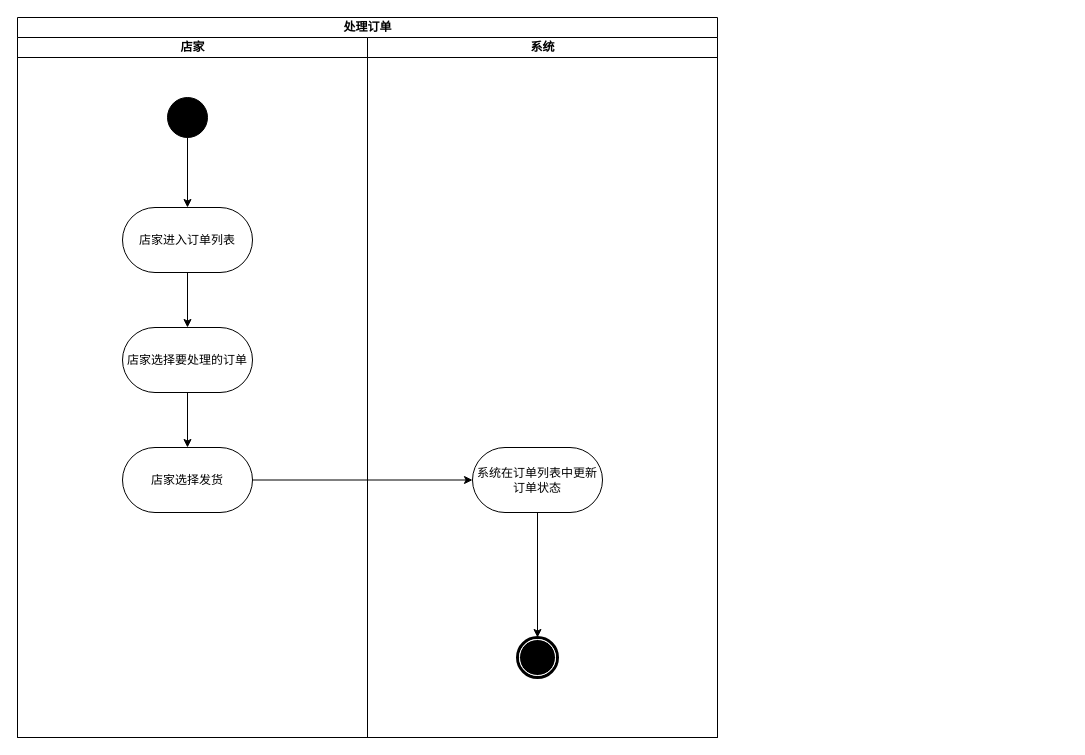
Earlier version of the draw.io diagram page "功能建模" (1 of 2) of 文档/需求分析规约文档/三种建模/12处理订单用例建模.drawio (w1ntercube/TJ-SE-Design). Source tidied: cells renumbered, new cells numbered last; positions are measured from the earlier drawing's top-left corner, leaving out a move shared by most shapes. Both pictures are drawn from the tidied source at 100%, with x=0, y=0 at pixel (17, 17).
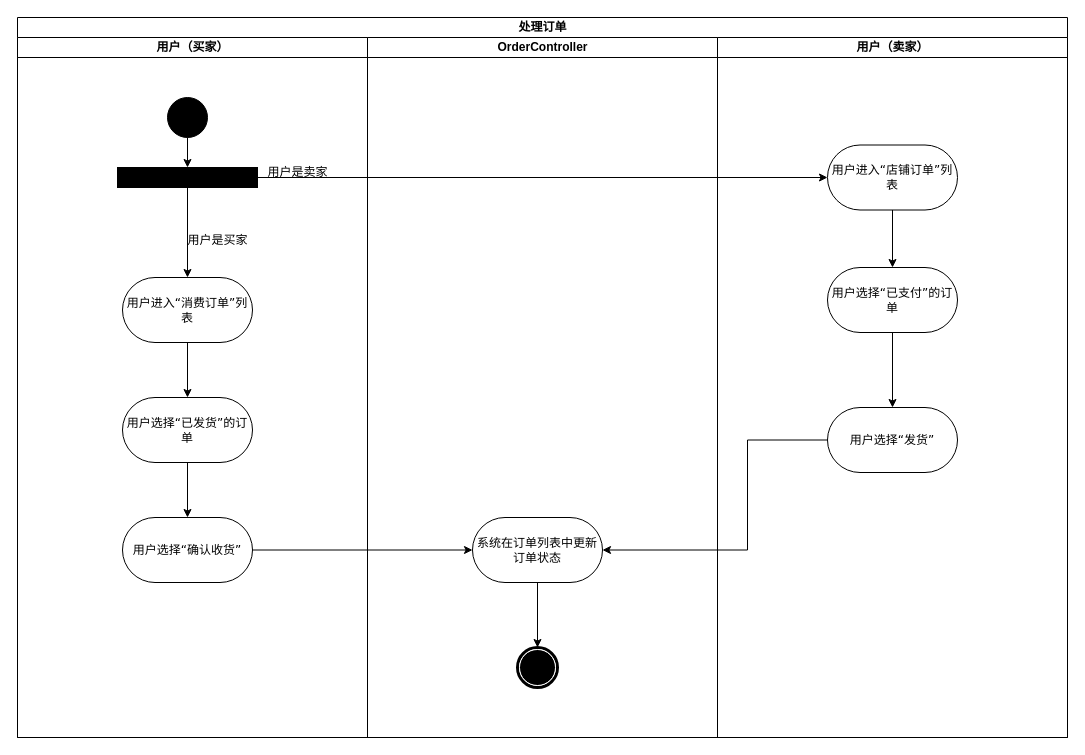
The same diagram, later.

Unchanged cells that the change refers to:
```xml
<mxCell id="5" style="ellipse;whiteSpace=wrap;html=1;rounded=0;shadow=0;comic=0;labelBackgroundColor=none;strokeWidth=1;fillColor=#000000;fontFamily=Verdana;fontSize=12;align=center;" parent="3" vertex="1">
  <mxGeometry x="150" y="60" width="40" height="40" as="geometry" />
</mxCell>
```

What changed in the source:
```diff
@@
     <mxCell id="2" value="处理订单" style="swimlane;html=1;startSize=20;rounded=0;shadow=0;comic=0;labelBackgroundColor=none;strokeWidth=1;fontFamily=Verdana;fontSize=12;align=center;" parent="1" vertex="1">
-      <mxGeometry width="700" height="720" as="geometry" />
+      <mxGeometry width="1050" height="720" as="geometry" />
     </mxCell>
-    <mxCell id="3" value="店家" style="swimlane;html=1;startSize=20;" parent="2" vertex="1">
+    <mxCell id="3" value="用户（买家）" style="swimlane;html=1;startSize=20;" parent="2" vertex="1">
       <mxGeometry y="20" width="350" height="700" as="geometry" />
     </mxCell>
-    <mxCell id="4" style="edgeStyle=orthogonalEdgeStyle;rounded=0;jettySize=auto;html=1;" parent="3" edge="1" source="5" target="8">
+    <mxCell id="4" style="edgeStyle=orthogonalEdgeStyle;rounded=0;jettySize=auto;html=1;" parent="3" edge="1" source="5" target="17">
       <mxGeometry relative="1" as="geometry" />
     </mxCell>
@@
-    <mxCell id="6" value="店家选择发货" style="whiteSpace=wrap;html=1;fontFamily=Verdana;rounded=1;shadow=0;comic=0;labelBackgroundColor=none;strokeWidth=1;arcSize=50;" parent="3" vertex="1">
-      <mxGeometry x="105" y="410" width="130" height="65" as="geometry" />
+    <mxCell id="6" value="用户选择“确认收货”" style="whiteSpace=wrap;html=1;fontFamily=Verdana;rounded=1;shadow=0;comic=0;labelBackgroundColor=none;strokeWidth=1;arcSize=50;" parent="3" vertex="1">
+      <mxGeometry x="105" y="480" width="130" height="65" as="geometry" />
     </mxCell>
@@
-    <mxCell id="8" value="店家进入订单列表" style="whiteSpace=wrap;html=1;fontFamily=Verdana;rounded=1;shadow=0;comic=0;labelBackgroundColor=none;strokeWidth=1;arcSize=50;" parent="3" vertex="1">
-      <mxGeometry x="105" y="170" width="130" height="65" as="geometry" />
+    <mxCell id="8" value="用户进入“消费订单”列表" style="whiteSpace=wrap;html=1;fontFamily=Verdana;rounded=1;shadow=0;comic=0;labelBackgroundColor=none;strokeWidth=1;arcSize=50;" parent="3" vertex="1">
+      <mxGeometry x="105" y="240" width="130" height="65" as="geometry" />
     </mxCell>
@@
-    <mxCell id="10" value="店家选择要处理的订单" style="whiteSpace=wrap;html=1;fontFamily=Verdana;rounded=1;shadow=0;comic=0;labelBackgroundColor=none;strokeWidth=1;arcSize=50;" parent="3" vertex="1">
-      <mxGeometry x="105" y="290" width="130" height="65" as="geometry" />
+    <mxCell id="10" value="用户选择“已发货”的订单" style="whiteSpace=wrap;html=1;fontFamily=Verdana;rounded=1;shadow=0;comic=0;labelBackgroundColor=none;strokeWidth=1;arcSize=50;" parent="3" vertex="1">
+      <mxGeometry x="105" y="360" width="130" height="65" as="geometry" />
     </mxCell>
+    <mxCell id="16" style="edgeStyle=orthogonalEdgeStyle;rounded=0;jettySize=auto;html=1;exitX=0.5;exitY=1;exitDx=0;exitDy=0;" parent="3" edge="1" source="17" target="8">
+      <mxGeometry relative="1" as="geometry" />
+    </mxCell>
+    <mxCell id="17" style="rounded=0;whiteSpace=wrap;html=1;fillColor=#000000;" parent="3" vertex="1">
+      <mxGeometry x="100" y="130" width="140" height="20" as="geometry" />
+    </mxCell>
+    <mxCell id="18" value="用户是买家" style="text;html=1;align=center;verticalAlign=middle;strokeColor=none;fillColor=none;" parent="3" vertex="1">
+      <mxGeometry x="160" y="188" width="80" height="30" as="geometry" />
+    </mxCell>
+    <mxCell id="19" value="用户是卖家" style="text;html=1;align=center;verticalAlign=middle;strokeColor=none;fillColor=none;" parent="3" vertex="1">
+      <mxGeometry x="240" y="120" width="80" height="30" as="geometry" />
+    </mxCell>
-    <mxCell id="11" value="系统" style="swimlane;html=1;startSize=20;" parent="2" vertex="1">
+    <mxCell id="11" value="OrderController" style="swimlane;html=1;startSize=20;" parent="2" vertex="1">
       <mxGeometry x="350" y="20" width="350" height="700" as="geometry" />
     </mxCell>
     <mxCell id="12" style="shape=mxgraph.bpmn.shape;html=1;verticalLabelPosition=bottom;labelBackgroundColor=#ffffff;verticalAlign=top;perimeter=ellipsePerimeter;outline=end;symbol=terminate;rounded=0;shadow=0;comic=0;strokeWidth=1;fontFamily=Verdana;fontSize=12;align=center;" parent="11" vertex="1">
-      <mxGeometry x="150" y="600" width="40" height="40" as="geometry" />
+      <mxGeometry x="150" y="610" width="40" height="40" as="geometry" />
     </mxCell>
-    <mxCell id="13" style="edgeStyle=orthogonalEdgeStyle;rounded=0;jettySize=auto;html=1;" parent="11" edge="1" source="14">
-      <mxGeometry relative="1" as="geometry">
-        <mxPoint x="170" y="600" as="targetPoint" />
-      </mxGeometry>
+    <mxCell id="13" style="edgeStyle=orthogonalEdgeStyle;rounded=0;jettySize=auto;html=1;" parent="11" edge="1" source="14" target="12">
+      <mxGeometry relative="1" as="geometry" />
     </mxCell>
     <mxCell id="14" value="系统在订单列表中更新订单状态" style="whiteSpace=wrap;html=1;fontFamily=Verdana;rounded=1;shadow=0;comic=0;labelBackgroundColor=none;strokeWidth=1;arcSize=50;" parent="11" vertex="1">
-      <mxGeometry x="105" y="410" width="130" height="65" as="geometry" />
+      <mxGeometry x="105" y="480" width="130" height="65" as="geometry" />
     </mxCell>
@@
+    <mxCell id="20" value="用户（卖家）" style="swimlane;html=1;startSize=20;" parent="2" vertex="1">
+      <mxGeometry x="700" y="20" width="350" height="700" as="geometry" />
+    </mxCell>
+    <mxCell id="21" value="用户选择“发货”" style="whiteSpace=wrap;html=1;fontFamily=Verdana;rounded=1;shadow=0;comic=0;labelBackgroundColor=none;strokeWidth=1;arcSize=50;" parent="20" vertex="1">
+      <mxGeometry x="110" y="370" width="130" height="65" as="geometry" />
+    </mxCell>
+    <mxCell id="22" style="edgeStyle=orthogonalEdgeStyle;rounded=0;jettySize=auto;html=1;" parent="20" edge="1" source="23" target="25">
+      <mxGeometry relative="1" as="geometry" />
+    </mxCell>
+    <mxCell id="23" value="用户进入“店铺订单”列表" style="whiteSpace=wrap;html=1;fontFamily=Verdana;rounded=1;shadow=0;comic=0;labelBackgroundColor=none;strokeWidth=1;arcSize=50;" parent="20" vertex="1">
+      <mxGeometry x="110" y="107.5" width="130" height="65" as="geometry" />
+    </mxCell>
+    <mxCell id="24" style="edgeStyle=orthogonalEdgeStyle;rounded=0;jettySize=auto;html=1;entryX=0.5;entryY=0;entryDx=0;entryDy=0;" parent="20" edge="1" source="25" target="21">
+      <mxGeometry relative="1" as="geometry" />
+    </mxCell>
+    <mxCell id="25" value="用户选择“已支付”的订单" style="whiteSpace=wrap;html=1;fontFamily=Verdana;rounded=1;shadow=0;comic=0;labelBackgroundColor=none;strokeWidth=1;arcSize=50;" parent="20" vertex="1">
+      <mxGeometry x="110" y="230" width="130" height="65" as="geometry" />
+    </mxCell>
+    <mxCell id="26" style="edgeStyle=orthogonalEdgeStyle;rounded=0;jettySize=auto;html=1;exitX=1;exitY=0.5;exitDx=0;exitDy=0;" parent="2" edge="1" source="17" target="23">
+      <mxGeometry relative="1" as="geometry" />
+    </mxCell>
+    <mxCell id="27" style="edgeStyle=orthogonalEdgeStyle;rounded=0;jettySize=auto;html=1;entryX=1;entryY=0.5;entryDx=0;entryDy=0;" parent="2" edge="1" source="21" target="14">
+      <mxGeometry relative="1" as="geometry">
+        <Array as="points">
+          <mxPoint x="730" y="422" />
+          <mxPoint x="730" y="532" />
+        </Array>
+      </mxGeometry>
+    </mxCell>
```
